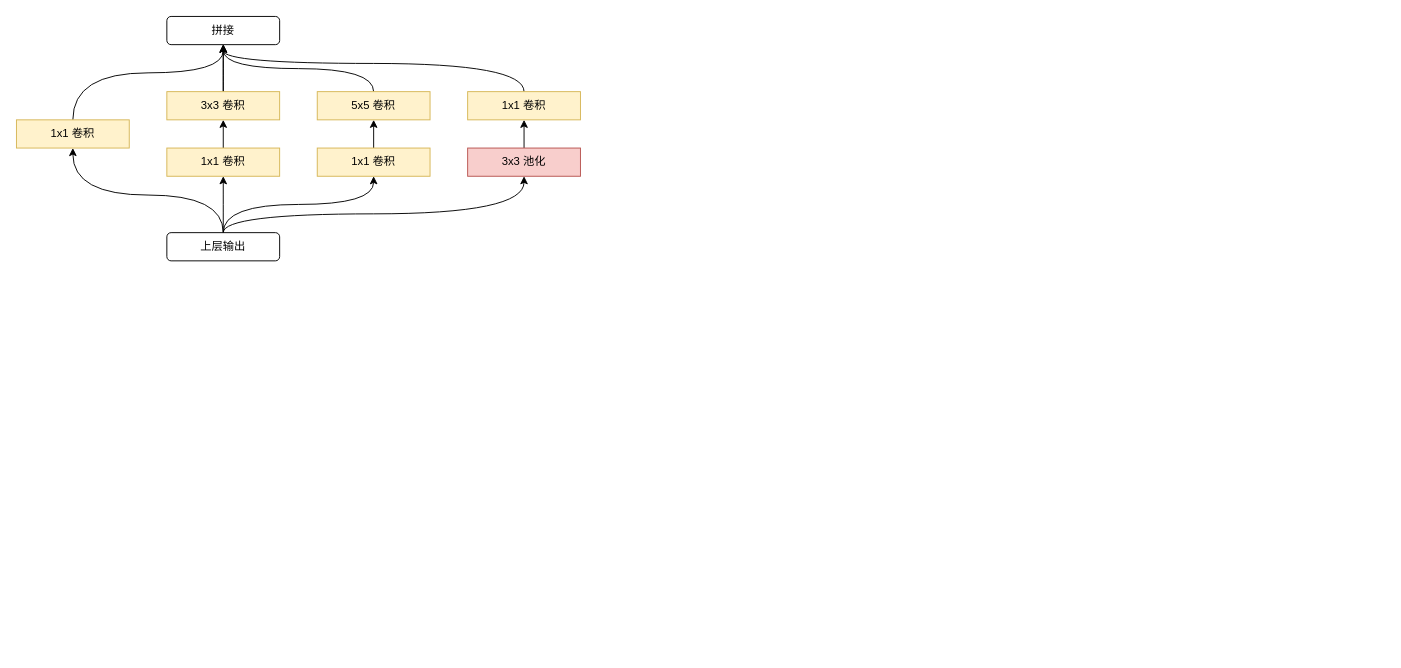
Earlier version of the draw.io diagram inception.drawio (Arctanxy/-). Source tidied: cells renumbered, new cells numbered last; positions are measured from the earlier drawing's top-left corner, leaving out a move shared by most shapes. Both pictures are drawn from the tidied source at 94%, with x=0, y=0 at pixel (16, 16).
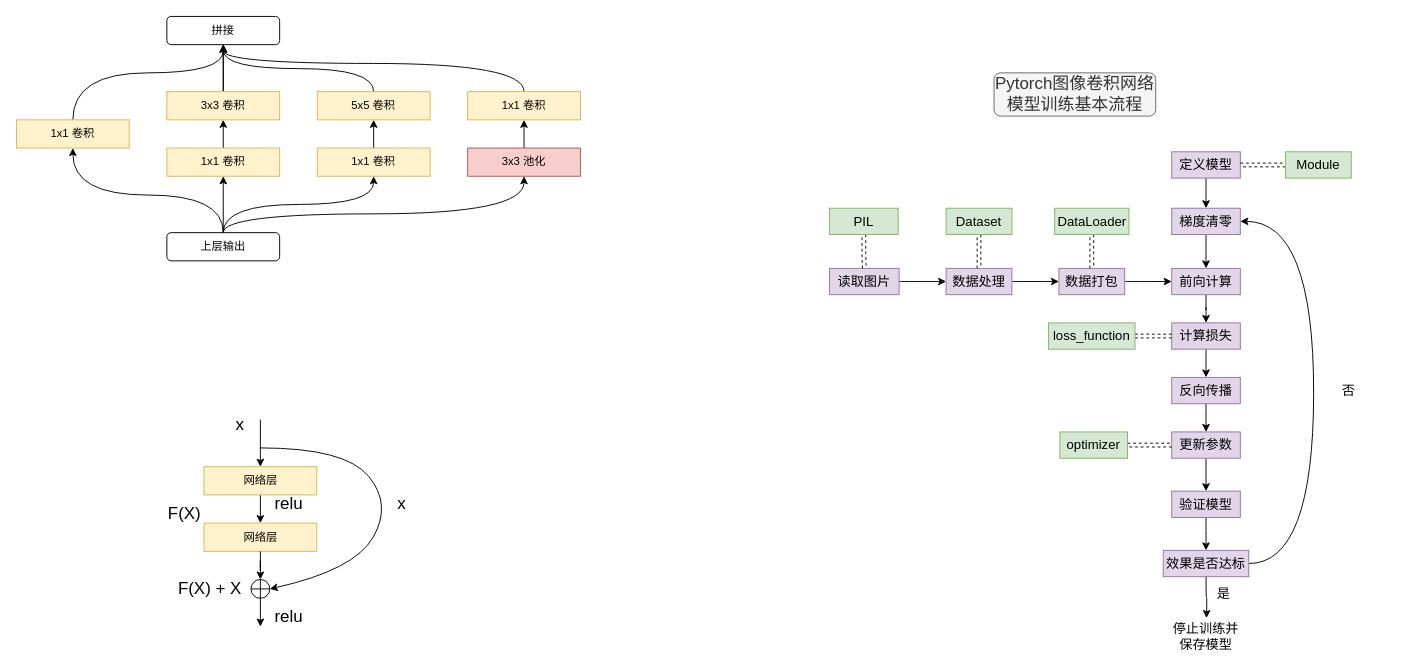
After the change.

The edit, as a diff of the source:
```diff
@@
+    <mxCell id="23" style="edgeStyle=orthogonalEdgeStyle;rounded=0;jettySize=auto;html=1;exitX=0.5;exitY=1;exitDx=0;exitDy=0;entryX=0.5;entryY=0;entryDx=0;entryDy=0;fontSize=18;" parent="1" edge="1" source="24" target="26">
+      <mxGeometry relative="1" as="geometry" />
+    </mxCell>
+    <mxCell id="24" value="网络层" style="rounded=0;whiteSpace=wrap;html=1;fillColor=#fff2cc;strokeColor=#d6b656;" parent="1" vertex="1">
+      <mxGeometry x="199.5" y="479" width="120" height="30" as="geometry" />
+    </mxCell>
+    <mxCell id="25" style="edgeStyle=orthogonalEdgeStyle;rounded=0;jettySize=auto;html=1;exitX=0.5;exitY=1;exitDx=0;exitDy=0;fontSize=18;" parent="1" edge="1" source="32">
+      <mxGeometry relative="1" as="geometry">
+        <mxPoint x="259.5" y="649" as="targetPoint" />
+      </mxGeometry>
+    </mxCell>
+    <mxCell id="26" value="网络层" style="rounded=0;whiteSpace=wrap;html=1;fillColor=#fff2cc;strokeColor=#d6b656;" parent="1" vertex="1">
+      <mxGeometry x="199.5" y="539" width="120" height="30" as="geometry" />
+    </mxCell>
+    <mxCell id="27" style="endArrow=classic;html=1;entryX=0.5;entryY=0;entryDx=0;entryDy=0;" parent="1" edge="1" target="24">
+      <mxGeometry relative="1" as="geometry">
+        <mxPoint x="259.5" y="429" as="sourcePoint" />
+      </mxGeometry>
+    </mxCell>
+    <mxCell id="28" value="x" style="text;html=1;strokeColor=none;fillColor=none;align=center;verticalAlign=middle;whiteSpace=wrap;rounded=0;strokeWidth=1;fontSize=18;" parent="1" vertex="1">
+      <mxGeometry x="218.5" y="424" width="38" height="20" as="geometry" />
+    </mxCell>
+    <mxCell id="29" style="endArrow=classic;html=1;fontSize=18;curved=1;entryX=1;entryY=0.5;entryDx=0;entryDy=0;" parent="1" edge="1" target="32">
+      <mxGeometry relative="1" as="geometry">
+        <mxPoint x="259.5" y="459" as="sourcePoint" />
+        <Array as="points">
+          <mxPoint x="349.5" y="459" />
+          <mxPoint x="399.5" y="519" />
+          <mxPoint x="359.5" y="589" />
+        </Array>
+      </mxGeometry>
+    </mxCell>
+    <mxCell id="30" value="x" style="text;html=1;strokeColor=none;fillColor=none;align=center;verticalAlign=middle;whiteSpace=wrap;rounded=0;strokeWidth=1;fontSize=18;" parent="1" vertex="1">
+      <mxGeometry x="390.5" y="509" width="38" height="20" as="geometry" />
+    </mxCell>
+    <mxCell id="31" value="relu" style="text;html=1;strokeColor=none;fillColor=none;align=center;verticalAlign=middle;whiteSpace=wrap;rounded=0;fontSize=18;" parent="1" vertex="1">
+      <mxGeometry x="269.5" y="509" width="40" height="20" as="geometry" />
+    </mxCell>
+    <mxCell id="32" style="shape=orEllipse;perimeter=ellipsePerimeter;whiteSpace=wrap;html=1;backgroundOutline=1;strokeWidth=1;fontSize=18;" parent="1" vertex="1">
+      <mxGeometry x="249.5" y="599" width="20" height="20" as="geometry" />
+    </mxCell>
+    <mxCell id="33" style="edgeStyle=orthogonalEdgeStyle;rounded=0;jettySize=auto;html=1;exitX=0.5;exitY=1;exitDx=0;exitDy=0;fontSize=18;" parent="1" edge="1" source="26" target="32">
+      <mxGeometry relative="1" as="geometry" />
+    </mxCell>
+    <mxCell id="34" value="F(X)" style="text;html=1;strokeColor=none;fillColor=none;align=center;verticalAlign=middle;whiteSpace=wrap;rounded=0;strokeWidth=1;fontSize=18;" parent="1" vertex="1">
+      <mxGeometry x="159.5" y="519" width="38" height="20" as="geometry" />
+    </mxCell>
+    <mxCell id="35" value="F(X) + X" style="text;html=1;strokeColor=none;fillColor=none;align=center;verticalAlign=middle;whiteSpace=wrap;rounded=0;strokeWidth=1;fontSize=18;" parent="1" vertex="1">
+      <mxGeometry x="165.5" y="599" width="80" height="20" as="geometry" />
+    </mxCell>
+    <mxCell id="36" value="relu" style="text;html=1;strokeColor=none;fillColor=none;align=center;verticalAlign=middle;whiteSpace=wrap;rounded=0;fontSize=18;" parent="1" vertex="1">
+      <mxGeometry x="269.5" y="629" width="40" height="20" as="geometry" />
+    </mxCell>
+    <mxCell id="37" value="Pytorch图像卷积网络模型训练基本流程" style="rounded=1;whiteSpace=wrap;html=1;strokeWidth=1;fontSize=18;fillColor=#f5f5f5;strokeColor=#666666;fontColor=#333333;" parent="1" vertex="1">
+      <mxGeometry x="1040" y="60" width="172" height="46" as="geometry" />
+    </mxCell>
+    <mxCell id="38" style="edgeStyle=orthogonalEdgeStyle;curved=1;jettySize=auto;html=1;exitX=1;exitY=0.5;exitDx=0;exitDy=0;entryX=0;entryY=0.5;entryDx=0;entryDy=0;fontSize=14;" parent="1" edge="1" source="39" target="41">
+      <mxGeometry relative="1" as="geometry" />
+    </mxCell>
+    <mxCell id="39" value="读取图片" style="rounded=0;whiteSpace=wrap;html=1;strokeWidth=1;fontSize=14;fillColor=#e1d5e7;strokeColor=#9673a6;" parent="1" vertex="1">
+      <mxGeometry x="865" y="268" width="74" height="28" as="geometry" />
+    </mxCell>
+    <mxCell id="40" style="edgeStyle=orthogonalEdgeStyle;curved=1;jettySize=auto;html=1;exitX=1;exitY=0.5;exitDx=0;exitDy=0;entryX=0;entryY=0.5;entryDx=0;entryDy=0;fontSize=14;" parent="1" edge="1" source="41" target="43">
+      <mxGeometry relative="1" as="geometry" />
+    </mxCell>
+    <mxCell id="41" value="数据处理" style="rounded=0;whiteSpace=wrap;html=1;strokeWidth=1;fontSize=14;fillColor=#e1d5e7;strokeColor=#9673a6;" parent="1" vertex="1">
+      <mxGeometry x="989" y="268" width="70" height="28" as="geometry" />
+    </mxCell>
+    <mxCell id="42" style="edgeStyle=orthogonalEdgeStyle;curved=1;jettySize=auto;html=1;exitX=1;exitY=0.5;exitDx=0;exitDy=0;entryX=0;entryY=0.5;entryDx=0;entryDy=0;fontSize=14;" parent="1" edge="1" source="43" target="47">
+      <mxGeometry relative="1" as="geometry" />
+    </mxCell>
+    <mxCell id="43" value="数据打包" style="rounded=0;whiteSpace=wrap;html=1;strokeWidth=1;fontSize=14;fillColor=#e1d5e7;strokeColor=#9673a6;" parent="1" vertex="1">
+      <mxGeometry x="1109" y="268" width="70" height="28" as="geometry" />
+    </mxCell>
+    <mxCell id="44" style="edgeStyle=orthogonalEdgeStyle;curved=1;jettySize=auto;html=1;exitX=0.5;exitY=1;exitDx=0;exitDy=0;entryX=0.5;entryY=0;entryDx=0;entryDy=0;fontSize=14;" parent="1" edge="1" source="45" target="49">
+      <mxGeometry relative="1" as="geometry" />
+    </mxCell>
+    <mxCell id="45" value="定义模型" style="rounded=0;whiteSpace=wrap;html=1;strokeWidth=1;fontSize=14;fillColor=#e1d5e7;strokeColor=#9673a6;" parent="1" vertex="1">
+      <mxGeometry x="1229" y="144" width="73" height="28" as="geometry" />
+    </mxCell>
+    <mxCell id="46" style="edgeStyle=orthogonalEdgeStyle;curved=1;jettySize=auto;html=1;exitX=0.5;exitY=1;exitDx=0;exitDy=0;fontSize=14;" parent="1" edge="1" source="47" target="51">
+      <mxGeometry relative="1" as="geometry" />
+    </mxCell>
+    <mxCell id="47" value="前向计算" style="rounded=0;whiteSpace=wrap;html=1;strokeWidth=1;fontSize=14;fillColor=#e1d5e7;strokeColor=#9673a6;" parent="1" vertex="1">
+      <mxGeometry x="1229" y="268" width="73" height="28" as="geometry" />
+    </mxCell>
+    <mxCell id="48" style="edgeStyle=orthogonalEdgeStyle;curved=1;jettySize=auto;html=1;exitX=0.5;exitY=1;exitDx=0;exitDy=0;fontSize=14;" parent="1" edge="1" source="49" target="47">
+      <mxGeometry relative="1" as="geometry" />
+    </mxCell>
+    <mxCell id="49" value="梯度清零" style="rounded=0;whiteSpace=wrap;html=1;strokeWidth=1;fontSize=14;fillColor=#e1d5e7;strokeColor=#9673a6;" parent="1" vertex="1">
+      <mxGeometry x="1229" y="204" width="73" height="28" as="geometry" />
+    </mxCell>
+    <mxCell id="50" style="edgeStyle=orthogonalEdgeStyle;curved=1;jettySize=auto;html=1;exitX=0.5;exitY=1;exitDx=0;exitDy=0;entryX=0.5;entryY=0;entryDx=0;entryDy=0;fontSize=14;" parent="1" edge="1" source="51" target="53">
+      <mxGeometry relative="1" as="geometry" />
+    </mxCell>
+    <mxCell id="51" value="计算损失" style="rounded=0;whiteSpace=wrap;html=1;strokeWidth=1;fontSize=14;fillColor=#e1d5e7;strokeColor=#9673a6;" parent="1" vertex="1">
+      <mxGeometry x="1229" y="326" width="73" height="28" as="geometry" />
+    </mxCell>
+    <mxCell id="52" style="edgeStyle=orthogonalEdgeStyle;curved=1;jettySize=auto;html=1;exitX=0.5;exitY=1;exitDx=0;exitDy=0;entryX=0.5;entryY=0;entryDx=0;entryDy=0;fontSize=14;" parent="1" edge="1" source="53" target="55">
+      <mxGeometry relative="1" as="geometry" />
+    </mxCell>
+    <mxCell id="53" value="反向传播" style="rounded=0;whiteSpace=wrap;html=1;strokeWidth=1;fontSize=14;fillColor=#e1d5e7;strokeColor=#9673a6;" parent="1" vertex="1">
+      <mxGeometry x="1229" y="384" width="73" height="28" as="geometry" />
+    </mxCell>
+    <mxCell id="54" style="edgeStyle=orthogonalEdgeStyle;curved=1;jettySize=auto;html=1;exitX=0.5;exitY=1;exitDx=0;exitDy=0;entryX=0.5;entryY=0;entryDx=0;entryDy=0;fontSize=14;" parent="1" edge="1" source="55" target="69">
+      <mxGeometry relative="1" as="geometry" />
+    </mxCell>
+    <mxCell id="55" value="更新参数" style="rounded=0;whiteSpace=wrap;html=1;strokeWidth=1;fontSize=14;fillColor=#e1d5e7;strokeColor=#9673a6;" parent="1" vertex="1">
+      <mxGeometry x="1229" y="442" width="73" height="28" as="geometry" />
+    </mxCell>
+    <mxCell id="56" style="edgeStyle=orthogonalEdgeStyle;curved=1;jettySize=auto;html=1;exitX=0.5;exitY=1;exitDx=0;exitDy=0;fontSize=14;dashed=1;shape=link;" parent="1" edge="1" source="57" target="39">
+      <mxGeometry relative="1" as="geometry" />
+    </mxCell>
+    <mxCell id="57" value="PIL" style="rounded=0;whiteSpace=wrap;html=1;strokeWidth=1;fontSize=14;fillColor=#d5e8d4;strokeColor=#82b366;" parent="1" vertex="1">
+      <mxGeometry x="865" y="204" width="73" height="28" as="geometry" />
+    </mxCell>
+    <mxCell id="58" style="edgeStyle=orthogonalEdgeStyle;curved=1;jettySize=auto;html=1;exitX=0.5;exitY=1;exitDx=0;exitDy=0;fontSize=14;dashed=1;shape=link;" parent="1" edge="1" source="59" target="41">
+      <mxGeometry relative="1" as="geometry" />
+    </mxCell>
+    <mxCell id="59" value="Dataset" style="rounded=0;whiteSpace=wrap;html=1;strokeWidth=1;fontSize=14;fillColor=#d5e8d4;strokeColor=#82b366;" parent="1" vertex="1">
+      <mxGeometry x="989" y="204" width="70" height="28" as="geometry" />
+    </mxCell>
+    <mxCell id="60" style="edgeStyle=orthogonalEdgeStyle;curved=1;jettySize=auto;html=1;exitX=0.5;exitY=1;exitDx=0;exitDy=0;entryX=0.5;entryY=0;entryDx=0;entryDy=0;fontSize=14;dashed=1;shape=link;" parent="1" edge="1" source="61" target="43">
+      <mxGeometry relative="1" as="geometry" />
+    </mxCell>
+    <mxCell id="61" value="DataLoader" style="rounded=0;whiteSpace=wrap;html=1;strokeWidth=1;fontSize=14;fillColor=#d5e8d4;strokeColor=#82b366;" parent="1" vertex="1">
+      <mxGeometry x="1104.5" y="204" width="79" height="28" as="geometry" />
+    </mxCell>
+    <mxCell id="62" style="edgeStyle=orthogonalEdgeStyle;curved=1;jettySize=auto;html=1;exitX=0;exitY=0.5;exitDx=0;exitDy=0;entryX=1;entryY=0.5;entryDx=0;entryDy=0;fontSize=14;dashed=1;shape=link;" parent="1" edge="1" source="63" target="45">
+      <mxGeometry relative="1" as="geometry" />
+    </mxCell>
+    <mxCell id="63" value="Module" style="rounded=0;whiteSpace=wrap;html=1;strokeWidth=1;fontSize=14;fillColor=#d5e8d4;strokeColor=#82b366;" parent="1" vertex="1">
+      <mxGeometry x="1350" y="144" width="70" height="28" as="geometry" />
+    </mxCell>
+    <mxCell id="64" style="edgeStyle=orthogonalEdgeStyle;curved=1;jettySize=auto;html=1;exitX=1;exitY=0.5;exitDx=0;exitDy=0;entryX=0;entryY=0.5;entryDx=0;entryDy=0;fontSize=14;dashed=1;shape=link;" parent="1" edge="1" source="65" target="55">
+      <mxGeometry relative="1" as="geometry" />
+    </mxCell>
+    <mxCell id="65" value="optimizer" style="rounded=0;whiteSpace=wrap;html=1;strokeWidth=1;fontSize=14;fillColor=#d5e8d4;strokeColor=#82b366;" parent="1" vertex="1">
+      <mxGeometry x="1110" y="442" width="72" height="28" as="geometry" />
+    </mxCell>
+    <mxCell id="66" style="edgeStyle=orthogonalEdgeStyle;shape=link;curved=1;jettySize=auto;html=1;exitX=1;exitY=0.5;exitDx=0;exitDy=0;entryX=0;entryY=0.5;entryDx=0;entryDy=0;dashed=1;fontSize=14;" parent="1" edge="1" source="67" target="51">
+      <mxGeometry relative="1" as="geometry" />
+    </mxCell>
+    <mxCell id="67" value="loss_function" style="rounded=0;whiteSpace=wrap;html=1;strokeWidth=1;fontSize=14;fillColor=#d5e8d4;strokeColor=#82b366;" parent="1" vertex="1">
+      <mxGeometry x="1098" y="326" width="92" height="28" as="geometry" />
+    </mxCell>
+    <mxCell id="68" style="edgeStyle=orthogonalEdgeStyle;curved=1;jettySize=auto;html=1;exitX=0.5;exitY=1;exitDx=0;exitDy=0;fontSize=14;" parent="1" edge="1" source="69" target="72">
+      <mxGeometry relative="1" as="geometry" />
+    </mxCell>
+    <mxCell id="69" value="验证模型" style="rounded=0;whiteSpace=wrap;html=1;strokeWidth=1;fontSize=14;fillColor=#e1d5e7;strokeColor=#9673a6;" parent="1" vertex="1">
+      <mxGeometry x="1229" y="505" width="73" height="28" as="geometry" />
+    </mxCell>
+    <mxCell id="70" style="edgeStyle=orthogonalEdgeStyle;curved=1;jettySize=auto;html=1;exitX=0.5;exitY=1;exitDx=0;exitDy=0;fontSize=14;" parent="1" edge="1" source="72">
+      <mxGeometry relative="1" as="geometry">
+        <mxPoint x="1266" y="640" as="targetPoint" />
+      </mxGeometry>
+    </mxCell>
+    <mxCell id="71" style="edgeStyle=orthogonalEdgeStyle;curved=1;jettySize=auto;html=1;exitX=1;exitY=0.5;exitDx=0;exitDy=0;entryX=1;entryY=0.5;entryDx=0;entryDy=0;fontSize=14;" parent="1" edge="1" source="72" target="49">
+      <mxGeometry relative="1" as="geometry">
+        <Array as="points">
+          <mxPoint x="1380" y="582" />
+          <mxPoint x="1380" y="218" />
+        </Array>
+      </mxGeometry>
+    </mxCell>
+    <mxCell id="72" value="效果是否达标" style="rounded=0;whiteSpace=wrap;html=1;strokeWidth=1;fontSize=14;fillColor=#e1d5e7;strokeColor=#9673a6;" parent="1" vertex="1">
+      <mxGeometry x="1220" y="568" width="91" height="28" as="geometry" />
+    </mxCell>
+    <mxCell id="73" value="停止训练并保存模型" style="text;html=1;strokeColor=none;fillColor=none;align=center;verticalAlign=middle;whiteSpace=wrap;rounded=0;fontSize=14;" parent="1" vertex="1">
+      <mxGeometry x="1228" y="649" width="75" height="20" as="geometry" />
+    </mxCell>
+    <mxCell id="74" value="是" style="text;html=1;strokeColor=none;fillColor=none;align=center;verticalAlign=middle;whiteSpace=wrap;rounded=0;fontSize=14;" parent="1" vertex="1">
+      <mxGeometry x="1247" y="603.5" width="75" height="20" as="geometry" />
+    </mxCell>
+    <mxCell id="75" value="否" style="text;html=1;strokeColor=none;fillColor=none;align=center;verticalAlign=middle;whiteSpace=wrap;rounded=0;fontSize=14;" parent="1" vertex="1">
+      <mxGeometry x="1380" y="388" width="75" height="20" as="geometry" />
+    </mxCell>
```
